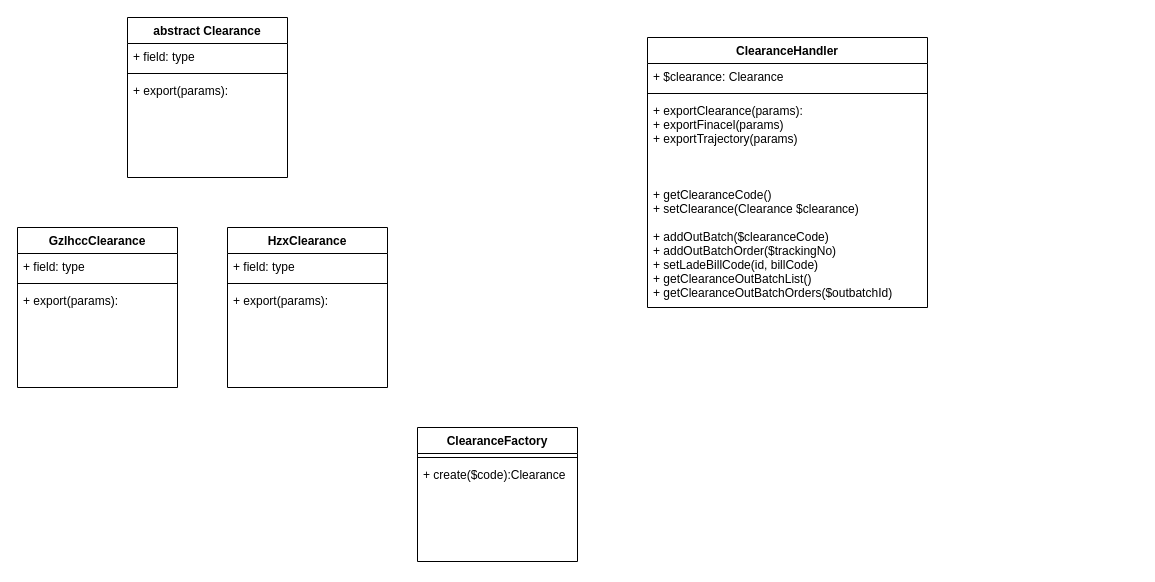
The draw.io diagram edk-clearance-design.drawio in maclxf/ProjectDraw, before the edit. Source tidied: cells renumbered, new cells numbered last; positions are measured from the earlier drawing's top-left corner, leaving out a move shared by most shapes. Both pictures are drawn from the tidied source at 100%, with x=0, y=0 at pixel (17, 17).
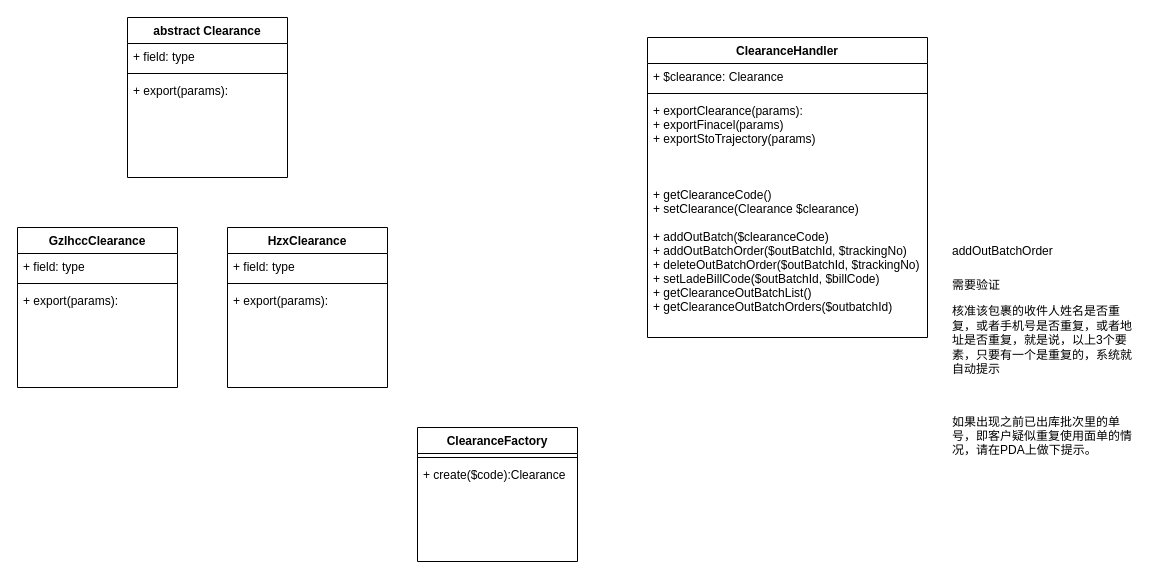
Above is the later version.

Change to the diagram source:
```diff
@@
     <mxCell id="6" value="ClearanceHandler" style="swimlane;fontStyle=1;align=center;verticalAlign=top;horizontal=1;startSize=26;" parent="1" vertex="1">
-      <mxGeometry x="630" y="20" width="280" height="270" as="geometry" />
+      <mxGeometry x="630" y="20" width="280" height="300" as="geometry" />
     </mxCell>
@@
-    <mxCell id="9" value="+ exportClearance(params): &#10;+ exportFinacel(params)&#10;+ exportTrajectory(params)&#10;&#10;&#10;&#10;+ getClearanceCode()&#10;+ setClearance(Clearance $clearance)&#10;&#10;+ addOutBatch($clearanceCode)&#10;+ addOutBatchOrder($trackingNo)&#10;+ setLadeBillCode(id, billCode)&#10;+ getClearanceOutBatchList()&#10;+ getClearanceOutBatchOrders($outbatchId)" style="text;strokeColor=none;fillColor=none;align=left;verticalAlign=top;spacingLeft=4;spacingRight=4;overflow=hidden;" parent="6" vertex="1">
-      <mxGeometry y="60" width="280" height="210" as="geometry" />
+    <mxCell id="9" value="+ exportClearance(params): &#10;+ exportFinacel(params)&#10;+ exportStoTrajectory(params)&#10;&#10;&#10;&#10;+ getClearanceCode()&#10;+ setClearance(Clearance $clearance)&#10;&#10;+ addOutBatch($clearanceCode)&#10;+ addOutBatchOrder($outBatchId, $trackingNo)&#10;+ deleteOutBatchOrder($outBatchId, $trackingNo)&#10;+ setLadeBillCode($outBatchId, $billCode)&#10;+ getClearanceOutBatchList()&#10;+ getClearanceOutBatchOrders($outbatchId)" style="text;strokeColor=none;fillColor=none;align=left;verticalAlign=top;spacingLeft=4;spacingRight=4;overflow=hidden;" parent="6" vertex="1">
+      <mxGeometry y="60" width="280" height="240" as="geometry" />
     </mxCell>
@@
+    <mxCell id="21" value="&lt;h1&gt;&lt;span style=&quot;font-size: 12px ; font-weight: 400&quot;&gt;addOutBatchOrder&lt;/span&gt;&lt;br&gt;&lt;/h1&gt;&lt;p&gt;需要验证&lt;/p&gt;&lt;p&gt;&lt;span&gt;核准该包裹的收件人姓名是否重复，或者手机号是否重复，或者地址是&lt;/span&gt;&lt;span&gt;否重复，就是说，以上3个要素，只要有一个是重复的，系统就自动提示&lt;/span&gt;&lt;/p&gt;&lt;p&gt;&lt;span&gt;&lt;br&gt;&lt;/span&gt;&lt;/p&gt;&lt;p&gt;如果出现之前已出库批次里的单号，即客户疑似重复使用面&lt;span&gt;单的情况，请在PDA上做下提示。&lt;/span&gt;&lt;/p&gt;" style="text;html=1;strokeColor=none;fillColor=none;spacing=5;spacingTop=-20;whiteSpace=wrap;overflow=hidden;rounded=0;" parent="1" vertex="1">
+      <mxGeometry x="930" y="210" width="190" height="250" as="geometry" />
+    </mxCell>
```
